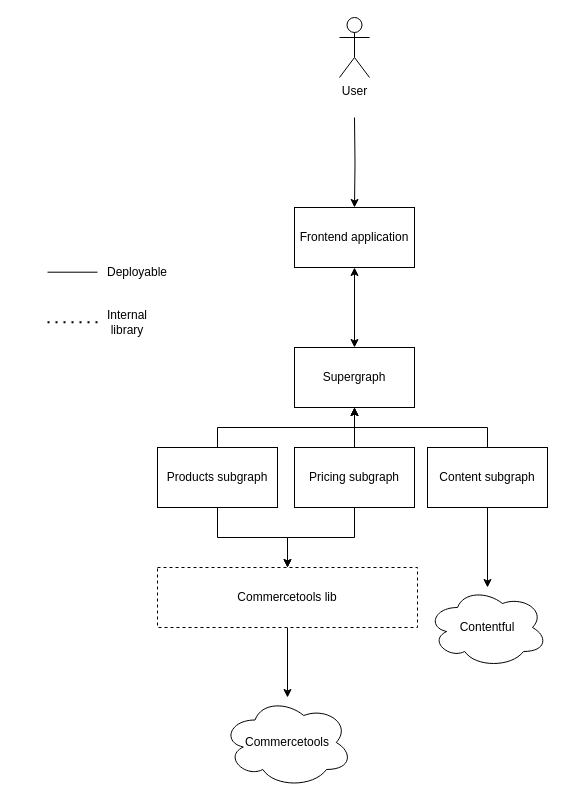
The draw.io diagram docs/application-architecture.drawio in Physer/Microshop, before the edit. Source tidied: cells renumbered, new cells numbered last; positions are measured from the earlier drawing's top-left corner, leaving out a move shared by most shapes. Both pictures are drawn from the tidied source at 100%, with x=0, y=0 at pixel (47, 17).
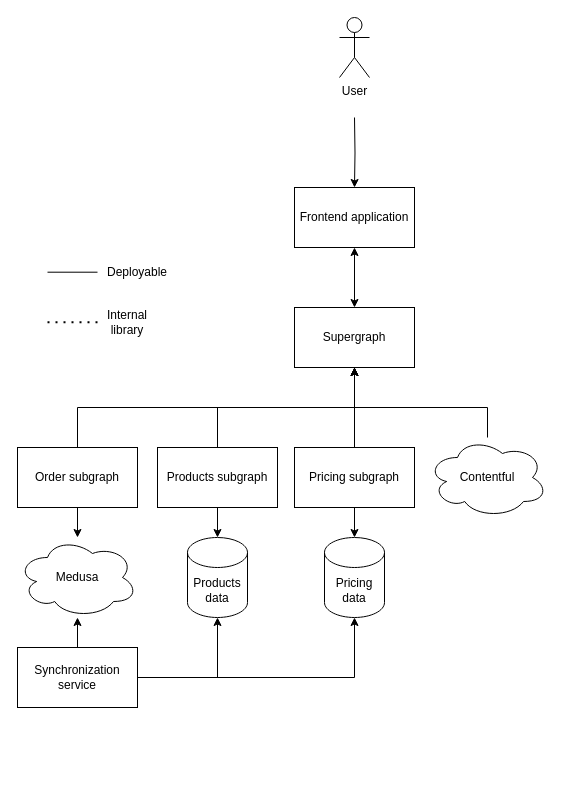
After the change.

Commit message (it also covers changes not shown here):
docs(repo): updated architecture diagram with new services

Unchanged cells that the change refers to:
```xml
<mxCell id="10" value="Products subgraph" style="whiteSpace=wrap;html=1;" parent="1" vertex="1">
  <mxGeometry x="110" y="430" width="120" height="60" as="geometry" />
</mxCell>
<mxCell id="12" value="Pricing subgraph" style="whiteSpace=wrap;html=1;" parent="1" vertex="1">
  <mxGeometry x="247" y="430" width="120" height="60" as="geometry" />
</mxCell>
```

What changed in the source:
```diff
@@
     <mxCell id="4" value="Frontend application" style="whiteSpace=wrap;html=1;" parent="1" vertex="1">
-      <mxGeometry x="247" y="190" width="120" height="60" as="geometry" />
+      <mxGeometry x="247" y="170" width="120" height="60" as="geometry" />
     </mxCell>
@@
-    <mxCell id="7" style="edgeStyle=orthogonalEdgeStyle;rounded=0;jettySize=auto;html=1;entryX=0.5;entryY=0;entryDx=0;entryDy=0;exitX=0.5;exitY=1;exitDx=0;exitDy=0;startArrow=classic;startFill=1;endArrow=none;endFill=0;" parent="1" edge="1" source="8" target="14">
-      <mxGeometry relative="1" as="geometry" />
-    </mxCell>
     <mxCell id="8" value="Supergraph" style="whiteSpace=wrap;html=1;" parent="1" vertex="1">
-      <mxGeometry x="247" y="330" width="120" height="60" as="geometry" />
+      <mxGeometry x="247" y="290" width="120" height="60" as="geometry" />
     </mxCell>
-    <mxCell id="9" style="edgeStyle=orthogonalEdgeStyle;rounded=0;jettySize=auto;html=1;startArrow=none;startFill=0;endArrow=classic;endFill=1;" parent="1" edge="1" source="10" target="18">
-      <mxGeometry relative="1" as="geometry" />
-    </mxCell>
+    <mxCell id="24" style="edgeStyle=orthogonalEdgeStyle;rounded=0;jettySize=auto;html=1;" parent="1" edge="1" source="10" target="35">
+      <mxGeometry relative="1" as="geometry" />
+    </mxCell>
@@
-    <mxCell id="11" style="edgeStyle=orthogonalEdgeStyle;rounded=0;jettySize=auto;html=1;startArrow=none;startFill=0;endArrow=classic;endFill=1;" parent="1" edge="1" source="12" target="18">
-      <mxGeometry relative="1" as="geometry" />
-    </mxCell>
+    <mxCell id="25" style="edgeStyle=orthogonalEdgeStyle;rounded=0;jettySize=auto;html=1;" parent="1" edge="1" source="12" target="36">
+      <mxGeometry relative="1" as="geometry" />
+    </mxCell>
@@
-    <mxCell id="13" style="edgeStyle=orthogonalEdgeStyle;rounded=0;jettySize=auto;html=1;" parent="1" edge="1" source="14" target="16">
-      <mxGeometry relative="1" as="geometry" />
-    </mxCell>
-    <mxCell id="14" value="Content subgraph" style="whiteSpace=wrap;html=1;" parent="1" vertex="1">
-      <mxGeometry x="380" y="430" width="120" height="60" as="geometry" />
-    </mxCell>
-    <mxCell id="15" value="Commercetools" style="ellipse;shape=cloud;whiteSpace=wrap;html=1;" parent="1" vertex="1">
-      <mxGeometry x="175" y="680" width="130" height="90" as="geometry" />
-    </mxCell>
-    <mxCell id="16" value="Contentful" style="ellipse;shape=cloud;whiteSpace=wrap;html=1;" parent="1" vertex="1">
-      <mxGeometry x="380" y="570" width="120" height="80" as="geometry" />
-    </mxCell>
-    <mxCell id="17" style="edgeStyle=orthogonalEdgeStyle;rounded=0;jettySize=auto;html=1;startArrow=none;startFill=0;endArrow=classic;endFill=1;" parent="1" edge="1" source="18" target="15">
-      <mxGeometry relative="1" as="geometry" />
-    </mxCell>
-    <mxCell id="18" value="Commercetools lib" style="rounded=0;whiteSpace=wrap;html=1;dashed=1;" parent="1" vertex="1">
-      <mxGeometry x="110" y="550" width="260" height="60" as="geometry" />
-    </mxCell>
@@
+    <mxCell id="26" style="edgeStyle=orthogonalEdgeStyle;rounded=0;jettySize=auto;html=1;entryX=0.5;entryY=1;entryDx=0;entryDy=0;" parent="1" edge="1" source="16" target="8">
+      <mxGeometry relative="1" as="geometry">
+        <Array as="points">
+          <mxPoint x="440" y="390" />
+          <mxPoint x="307" y="390" />
+        </Array>
+      </mxGeometry>
+    </mxCell>
+    <mxCell id="16" value="Contentful" style="ellipse;shape=cloud;whiteSpace=wrap;html=1;" parent="1" vertex="1">
+      <mxGeometry x="380" y="420" width="120" height="80" as="geometry" />
+    </mxCell>
+    <mxCell id="27" style="edgeStyle=orthogonalEdgeStyle;rounded=0;jettySize=auto;html=1;entryX=0.5;entryY=1;entryDx=0;entryDy=0;" parent="1" edge="1" source="29" target="8">
+      <mxGeometry relative="1" as="geometry">
+        <Array as="points">
+          <mxPoint x="30" y="390" />
+          <mxPoint x="307" y="390" />
+        </Array>
+      </mxGeometry>
+    </mxCell>
+    <mxCell id="28" style="edgeStyle=orthogonalEdgeStyle;rounded=0;jettySize=auto;html=1;" parent="1" edge="1" source="29" target="34">
+      <mxGeometry relative="1" as="geometry" />
+    </mxCell>
+    <mxCell id="29" value="Order subgraph" style="rounded=0;whiteSpace=wrap;html=1;" parent="1" vertex="1">
+      <mxGeometry x="-30" y="430" width="120" height="60" as="geometry" />
+    </mxCell>
+    <mxCell id="30" style="edgeStyle=orthogonalEdgeStyle;rounded=0;jettySize=auto;html=1;" parent="1" edge="1" source="33" target="34">
+      <mxGeometry relative="1" as="geometry" />
+    </mxCell>
+    <mxCell id="31" style="edgeStyle=orthogonalEdgeStyle;rounded=0;jettySize=auto;html=1;entryX=0.5;entryY=1;entryDx=0;entryDy=0;entryPerimeter=0;" parent="1" edge="1" source="33" target="35">
+      <mxGeometry relative="1" as="geometry" />
+    </mxCell>
+    <mxCell id="32" style="edgeStyle=orthogonalEdgeStyle;rounded=0;jettySize=auto;html=1;entryX=0.5;entryY=1;entryDx=0;entryDy=0;entryPerimeter=0;" parent="1" edge="1" source="33" target="36">
+      <mxGeometry relative="1" as="geometry" />
+    </mxCell>
+    <mxCell id="33" value="Synchronization service" style="rounded=0;whiteSpace=wrap;html=1;" parent="1" vertex="1">
+      <mxGeometry x="-30" y="630" width="120" height="60" as="geometry" />
+    </mxCell>
+    <mxCell id="34" value="Medusa" style="ellipse;shape=cloud;whiteSpace=wrap;html=1;" parent="1" vertex="1">
+      <mxGeometry x="-30" y="520" width="120" height="80" as="geometry" />
+    </mxCell>
+    <mxCell id="35" value="Products data" style="shape=cylinder3;whiteSpace=wrap;html=1;boundedLbl=1;backgroundOutline=1;size=15;" parent="1" vertex="1">
+      <mxGeometry x="140" y="520" width="60" height="80" as="geometry" />
+    </mxCell>
+    <mxCell id="36" value="Pricing data" style="shape=cylinder3;whiteSpace=wrap;html=1;boundedLbl=1;backgroundOutline=1;size=15;" parent="1" vertex="1">
+      <mxGeometry x="277" y="520" width="60" height="80" as="geometry" />
+    </mxCell>
```
